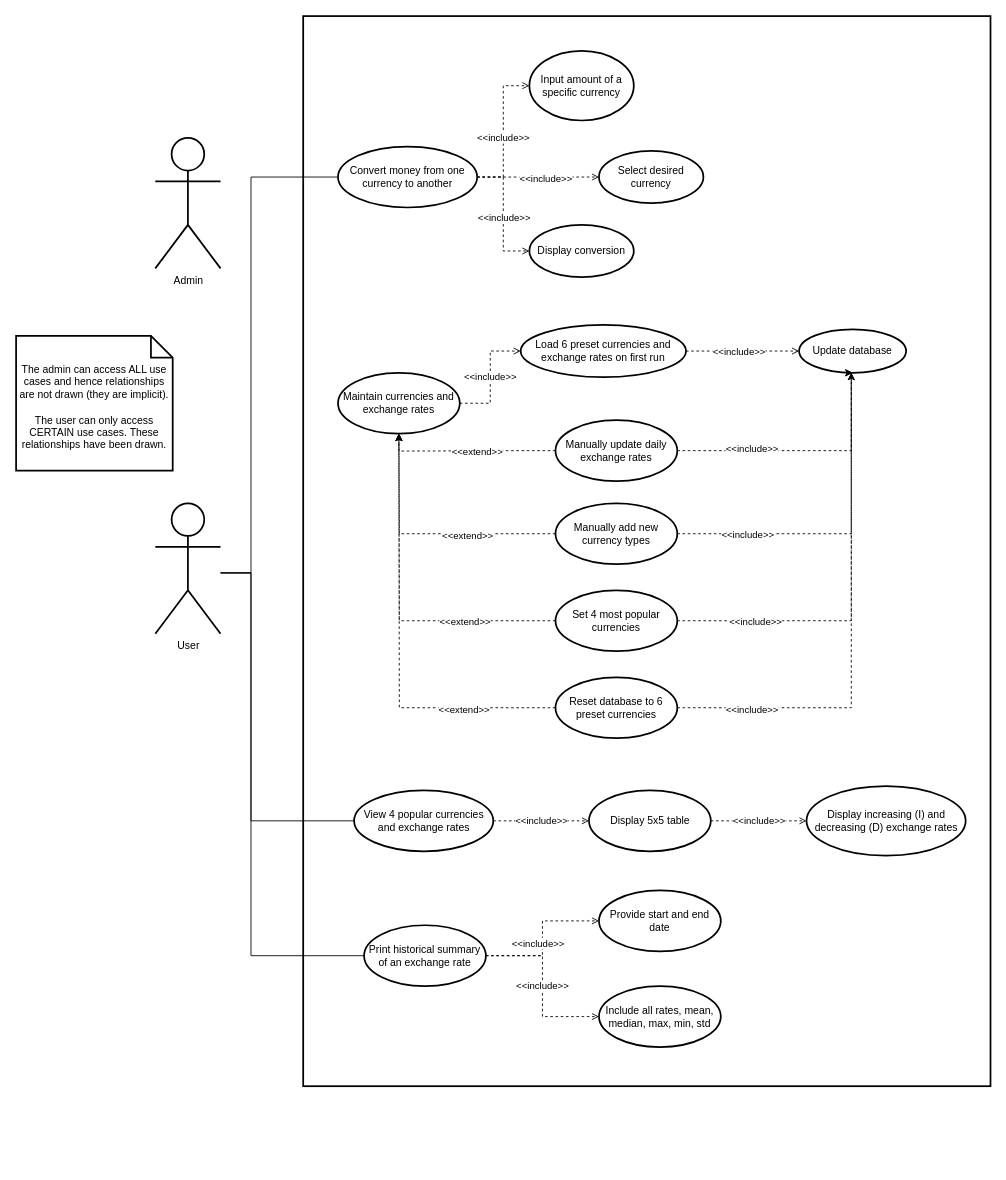
This is notes/Use Case Diagram.drawio from antrikshdhand/currency-converter, a draw.io file, before an edit. Source tidied: cells renumbered, new cells numbered last; positions are measured from the earlier drawing's top-left corner, leaving out a move shared by most shapes. Both pictures are drawn from the tidied source at 87%, with x=0, y=0 at pixel (16, 16).
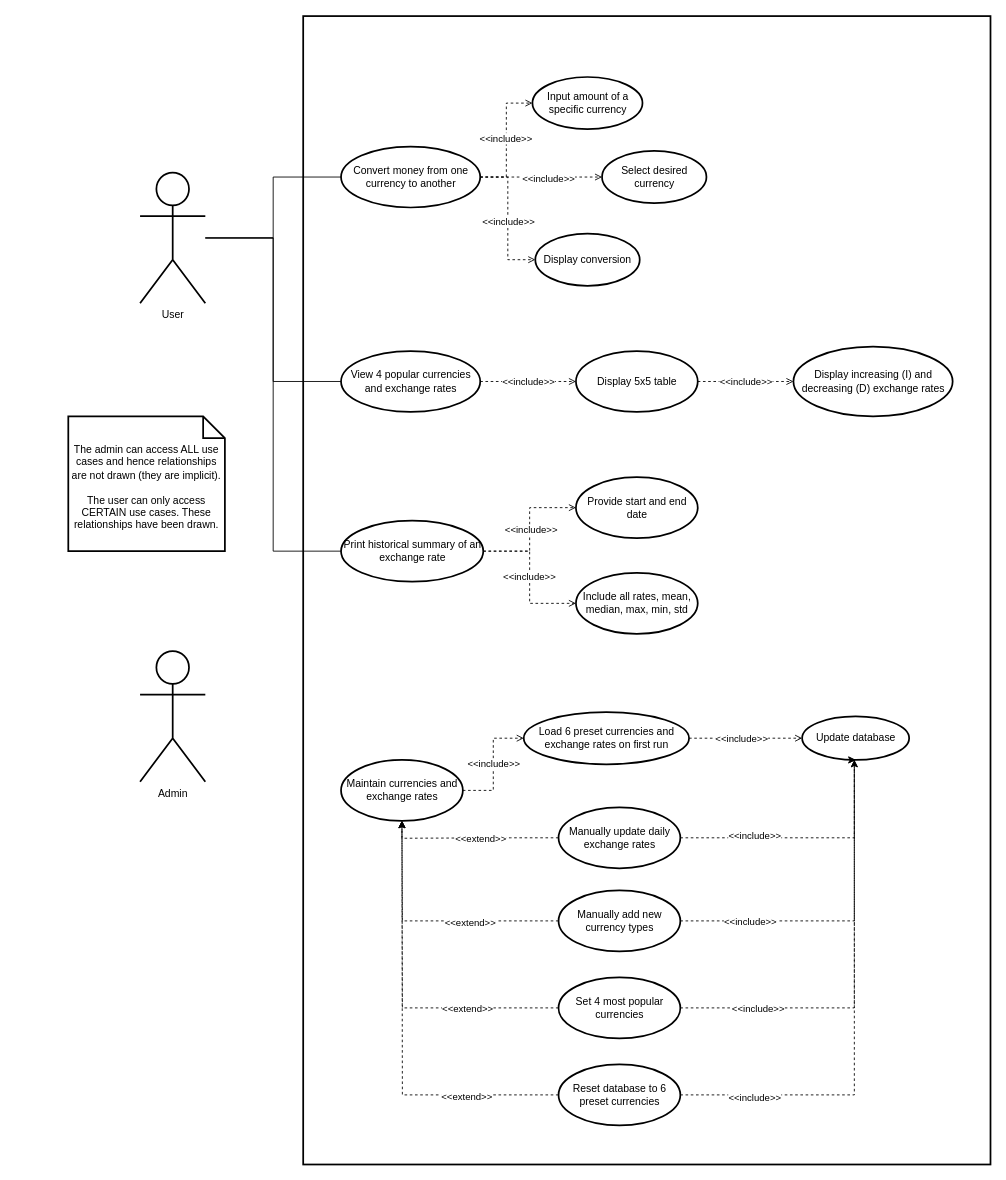
Above is the later version.

Commit message (it also covers changes not shown here):
Update use case diagram

Unchanged cells that the change refers to:
```xml
<mxCell id="8" style="edgeStyle=orthogonalEdgeStyle;rounded=0;jettySize=auto;html=1;entryX=0;entryY=0.5;entryDx=0;entryDy=0;dashed=1;endArrow=open;endFill=0;" parent="1" edge="1" source="14" target="15">
  <mxGeometry relative="1" as="geometry" />
</mxCell>
<mxCell id="39" style="edgeStyle=orthogonalEdgeStyle;rounded=0;jettySize=auto;html=1;dashed=1;endArrow=open;endFill=0;" parent="1" edge="1" source="42" target="43">
  <mxGeometry relative="1" as="geometry" />
</mxCell>
```

Change to the diagram source:
```diff
@@
     <mxCell id="2" style="rounded=0;whiteSpace=wrap;html=1;fillColor=none;strokeWidth=2;" parent="1" vertex="1">
-      <mxGeometry x="330" width="790" height="1230" as="geometry" />
+      <mxGeometry x="330" width="790" height="1320" as="geometry" />
     </mxCell>
     <mxCell id="3" value="Admin" style="shape=umlActor;verticalLabelPosition=bottom;verticalAlign=top;html=1;strokeWidth=2;fillColor=none;" parent="1" vertex="1">
-      <mxGeometry x="160" y="140" width="75" height="150" as="geometry" />
+      <mxGeometry x="142.5" y="730" width="75" height="150" as="geometry" />
     </mxCell>
     <mxCell id="4" style="edgeStyle=orthogonalEdgeStyle;rounded=0;jettySize=auto;html=1;entryX=0;entryY=0.5;entryDx=0;entryDy=0;endArrow=none;endFill=0;" parent="1" edge="1" source="7" target="14">
-      <mxGeometry relative="1" as="geometry">
-        <Array as="points">
-          <mxPoint x="270" y="640" />
-          <mxPoint x="270" y="185" />
-        </Array>
-      </mxGeometry>
+      <mxGeometry relative="1" as="geometry" />
     </mxCell>
-    <mxCell id="5" style="edgeStyle=orthogonalEdgeStyle;rounded=0;jettySize=auto;html=1;entryX=0;entryY=0.5;entryDx=0;entryDy=0;endArrow=none;endFill=0;" parent="1" edge="1" target="25">
-      <mxGeometry relative="1" as="geometry">
-        <mxPoint x="235" y="640" as="sourcePoint" />
-        <Array as="points">
-          <mxPoint x="270" y="640" />
-          <mxPoint x="270" y="925" />
-        </Array>
-      </mxGeometry>
-    </mxCell>
-    <mxCell id="6" style="edgeStyle=orthogonalEdgeStyle;rounded=0;jettySize=auto;html=1;entryX=0;entryY=0.5;entryDx=0;entryDy=0;endArrow=none;endFill=0;" parent="1" edge="1" target="42">
-      <mxGeometry relative="1" as="geometry">
-        <mxPoint x="235" y="640" as="sourcePoint" />
-        <Array as="points">
-          <mxPoint x="235" y="640" />
-          <mxPoint x="270" y="640" />
-          <mxPoint x="270" y="1080" />
-        </Array>
-      </mxGeometry>
-    </mxCell>
+    <mxCell id="56" style="edgeStyle=orthogonalEdgeStyle;rounded=0;jettySize=auto;html=1;entryX=0;entryY=0.5;entryDx=0;entryDy=0;endArrow=none;endFill=0;" parent="1" edge="1" source="7" target="25">
+      <mxGeometry relative="1" as="geometry" />
+    </mxCell>
+    <mxCell id="57" style="edgeStyle=orthogonalEdgeStyle;rounded=0;jettySize=auto;html=1;entryX=0;entryY=0.5;entryDx=0;entryDy=0;endArrow=none;endFill=0;" parent="1" edge="1" source="7" target="42">
+      <mxGeometry relative="1" as="geometry" />
+    </mxCell>
     <mxCell id="7" value="User" style="shape=umlActor;verticalLabelPosition=bottom;verticalAlign=top;html=1;strokeWidth=2;fillColor=none;" parent="1" vertex="1">
-      <mxGeometry x="160" y="560" width="75" height="150" as="geometry" />
+      <mxGeometry x="142.5" y="180" width="75" height="150" as="geometry" />
     </mxCell>
@@
     <mxCell id="9" value="&amp;lt;&amp;lt;include&amp;gt;&amp;gt;" style="edgeLabel;html=1;align=center;verticalAlign=middle;" parent="8" vertex="1">
-      <mxGeometry x="-0.08" y="1" relative="1" as="geometry" />
+      <mxGeometry x="-0.08" y="1" relative="1" as="geometry">
+        <mxPoint y="-8" as="offset" />
+      </mxGeometry>
     </mxCell>
@@
     <mxCell id="14" value="Convert money from one currency to another" style="ellipse;whiteSpace=wrap;html=1;strokeWidth=2;fillColor=none;" parent="1" vertex="1">
-      <mxGeometry x="370" y="150" width="160" height="70" as="geometry" />
+      <mxGeometry x="373.5" y="150" width="160" height="70" as="geometry" />
     </mxCell>
     <mxCell id="15" value="Input amount of a specific currency" style="ellipse;whiteSpace=wrap;html=1;strokeWidth=2;fillColor=none;" parent="1" vertex="1">
-      <mxGeometry x="590" y="40" width="120" height="80" as="geometry" />
+      <mxGeometry x="593.5" y="70" width="126.5" height="60" as="geometry" />
     </mxCell>
     <mxCell id="16" value="Select desired currency" style="ellipse;whiteSpace=wrap;html=1;strokeWidth=2;fillColor=none;" parent="1" vertex="1">
-      <mxGeometry x="670" y="155" width="120" height="60" as="geometry" />
+      <mxGeometry x="673.5" y="155" width="120" height="60" as="geometry" />
     </mxCell>
     <mxCell id="17" value="Display conversion" style="ellipse;whiteSpace=wrap;html=1;strokeWidth=2;fillColor=none;" parent="1" vertex="1">
-      <mxGeometry x="590" y="240" width="120" height="60" as="geometry" />
+      <mxGeometry x="596.8" y="250" width="120" height="60" as="geometry" />
     </mxCell>
-    <mxCell id="18" value="&amp;lt;&amp;lt;include&amp;gt;&amp;gt;" style="edgeStyle=orthogonalEdgeStyle;rounded=0;jettySize=auto;html=1;dashed=1;endArrow=open;endFill=0;" parent="1" edge="1" source="19" target="22">
-      <mxGeometry relative="1" as="geometry" />
-    </mxCell>
-    <mxCell id="19" value="Maintain currencies and exchange rates" style="ellipse;whiteSpace=wrap;html=1;strokeWidth=2;fillColor=none;" parent="1" vertex="1">
-      <mxGeometry x="370" y="410" width="140" height="70" as="geometry" />
-    </mxCell>
-    <mxCell id="20" style="edgeStyle=orthogonalEdgeStyle;rounded=0;jettySize=auto;html=1;dashed=1;endArrow=open;endFill=0;" parent="1" edge="1" source="22" target="23">
-      <mxGeometry relative="1" as="geometry" />
-    </mxCell>
-    <mxCell id="21" value="&amp;lt;&amp;lt;include&amp;gt;&amp;gt;" style="edgeLabel;html=1;align=center;verticalAlign=middle;" parent="20" vertex="1">
-      <mxGeometry x="0.29" y="2" relative="1" as="geometry">
-        <mxPoint x="-24" y="2" as="offset" />
-      </mxGeometry>
-    </mxCell>
-    <mxCell id="22" value="Load 6 preset currencies and exchange rates on first run" style="ellipse;whiteSpace=wrap;html=1;strokeWidth=2;fillColor=none;" parent="1" vertex="1">
-      <mxGeometry x="580" y="355" width="190" height="60" as="geometry" />
-    </mxCell>
-    <mxCell id="23" value="Update database" style="ellipse;whiteSpace=wrap;html=1;strokeWidth=2;fillColor=none;" parent="1" vertex="1">
-      <mxGeometry x="900" y="360" width="123" height="50" as="geometry" />
-    </mxCell>
@@
     <mxCell id="25" value="View 4 popular currencies and exchange rates" style="ellipse;whiteSpace=wrap;html=1;strokeWidth=2;fillColor=none;" parent="1" vertex="1">
-      <mxGeometry x="388.5" y="890" width="160" height="70" as="geometry" />
+      <mxGeometry x="373.5" y="385" width="160" height="70" as="geometry" />
     </mxCell>
     <mxCell id="26" value="Display increasing (I) and decreasing (D) exchange rates" style="ellipse;whiteSpace=wrap;html=1;strokeWidth=2;fillColor=none;" parent="1" vertex="1">
-      <mxGeometry x="908.5" y="885" width="183" height="80" as="geometry" />
+      <mxGeometry x="893.5" y="380" width="183" height="80" as="geometry" />
     </mxCell>
-    <mxCell id="27" style="edgeStyle=orthogonalEdgeStyle;rounded=0;jettySize=auto;html=1;entryX=0.5;entryY=1;entryDx=0;entryDy=0;dashed=1;endArrow=open;endFill=0;" parent="1" edge="1" source="31" target="19">
-      <mxGeometry relative="1" as="geometry" />
-    </mxCell>
-    <mxCell id="28" value="&amp;lt;&amp;lt;extend&amp;gt;&amp;gt;" style="edgeLabel;html=1;align=center;verticalAlign=middle;" parent="27" vertex="1">
-      <mxGeometry x="0.24" relative="1" as="geometry">
-        <mxPoint x="33" as="offset" />
-      </mxGeometry>
-    </mxCell>
-    <mxCell id="29" style="edgeStyle=orthogonalEdgeStyle;rounded=0;jettySize=auto;html=1;dashed=1;endArrow=open;endFill=0;" parent="1" edge="1" source="31" target="23">
-      <mxGeometry relative="1" as="geometry">
-        <Array as="points">
-          <mxPoint x="960" y="500" />
-        </Array>
-      </mxGeometry>
-    </mxCell>
-    <mxCell id="30" value="&amp;lt;&amp;lt;include&amp;gt;&amp;gt;" style="edgeLabel;html=1;align=center;verticalAlign=middle;" parent="29" vertex="1">
-      <mxGeometry x="-0.41" y="3" relative="1" as="geometry" />
-    </mxCell>
-    <mxCell id="31" value="Manually update daily exchange rates" style="ellipse;whiteSpace=wrap;html=1;strokeWidth=2;fillColor=none;" parent="1" vertex="1">
-      <mxGeometry x="620" y="464.5" width="140" height="70" as="geometry" />
-    </mxCell>
@@
     <mxCell id="33" value="Display 5x5 table" style="ellipse;whiteSpace=wrap;html=1;strokeWidth=2;fillColor=none;" parent="1" vertex="1">
-      <mxGeometry x="658.5" y="890" width="140" height="70" as="geometry" />
+      <mxGeometry x="643.5" y="385" width="140" height="70" as="geometry" />
     </mxCell>
-    <mxCell id="34" style="edgeStyle=orthogonalEdgeStyle;rounded=0;jettySize=auto;html=1;dashed=1;endArrow=open;endFill=0;" parent="1" edge="1" source="38">
-      <mxGeometry relative="1" as="geometry">
-        <mxPoint x="440" y="480" as="targetPoint" />
-      </mxGeometry>
-    </mxCell>
-    <mxCell id="35" value="&amp;lt;&amp;lt;extend&amp;gt;&amp;gt;" style="edgeLabel;html=1;align=center;verticalAlign=middle;" parent="34" vertex="1">
-      <mxGeometry x="-0.31" y="1" relative="1" as="geometry" />
-    </mxCell>
-    <mxCell id="36" style="edgeStyle=orthogonalEdgeStyle;rounded=0;jettySize=auto;html=1;entryX=0.5;entryY=1;entryDx=0;entryDy=0;dashed=1;endArrow=open;endFill=0;" parent="1" edge="1" source="38" target="23">
-      <mxGeometry relative="1" as="geometry">
-        <Array as="points">
-          <mxPoint x="960" y="595" />
-          <mxPoint x="960" y="410" />
-        </Array>
-      </mxGeometry>
-    </mxCell>
-    <mxCell id="37" value="&amp;lt;&amp;lt;include&amp;gt;&amp;gt;" style="edgeLabel;html=1;align=center;verticalAlign=middle;" parent="36" vertex="1">
-      <mxGeometry x="-0.63" y="2" relative="1" as="geometry">
-        <mxPoint x="8" y="2" as="offset" />
-      </mxGeometry>
-    </mxCell>
-    <mxCell id="38" value="Manually add new currency types" style="ellipse;whiteSpace=wrap;html=1;strokeWidth=2;fillColor=none;" parent="1" vertex="1">
-      <mxGeometry x="620" y="560" width="140" height="70" as="geometry" />
-    </mxCell>
@@
     <mxCell id="40" value="&amp;lt;&amp;lt;include&amp;gt;&amp;gt;" style="edgeLabel;html=1;align=center;verticalAlign=middle;" parent="39" vertex="1">
       <mxGeometry x="0.44" y="3" relative="1" as="geometry">
-        <mxPoint x="-23" y="28" as="offset" />
+        <mxPoint x="-9" y="28" as="offset" />
       </mxGeometry>
     </mxCell>
@@
     <mxCell id="42" value="Print historical summary of an exchange rate" style="ellipse;whiteSpace=wrap;html=1;strokeWidth=2;fillColor=none;" parent="1" vertex="1">
-      <mxGeometry x="400" y="1045" width="140" height="70" as="geometry" />
+      <mxGeometry x="373.5" y="580" width="163.5" height="70" as="geometry" />
     </mxCell>
     <mxCell id="43" value="Provide start and end date" style="ellipse;whiteSpace=wrap;html=1;strokeWidth=2;fillColor=none;" parent="1" vertex="1">
-      <mxGeometry x="670" y="1005" width="140" height="70" as="geometry" />
+      <mxGeometry x="643.5" y="530" width="140" height="70" as="geometry" />
     </mxCell>
     <mxCell id="44" value="Include all rates, mean, median, max, min, std" style="ellipse;whiteSpace=wrap;html=1;strokeWidth=2;fillColor=none;" parent="1" vertex="1">
-      <mxGeometry x="670" y="1115" width="140" height="70" as="geometry" />
+      <mxGeometry x="643.5" y="640" width="140" height="70" as="geometry" />
     </mxCell>
     <mxCell id="45" value="The admin can access ALL use cases and hence relationships are not drawn (they are implicit).&lt;br&gt;&lt;br&gt;The user can only access CERTAIN use cases. These relationships have been drawn." style="shape=note2;boundedLbl=1;whiteSpace=wrap;html=1;size=25;verticalAlign=top;align=center;strokeWidth=2;fillColor=none;" parent="1" vertex="1">
-      <mxGeometry y="367.5" width="180" height="155" as="geometry" />
+      <mxGeometry x="60" y="460" width="180" height="155" as="geometry" />
     </mxCell>
-    <mxCell id="46" style="edgeStyle=orthogonalEdgeStyle;rounded=0;jettySize=auto;html=1;dashed=1;" parent="1" edge="1" source="50">
-      <mxGeometry relative="1" as="geometry">
-        <mxPoint x="440" y="480" as="targetPoint" />
-      </mxGeometry>
-    </mxCell>
-    <mxCell id="47" value="&amp;lt;&amp;lt;extend&amp;gt;&amp;gt;" style="edgeLabel;html=1;align=center;verticalAlign=middle;" parent="46" vertex="1">
-      <mxGeometry x="-0.47" y="-4" relative="1" as="geometry">
-        <mxPoint y="4" as="offset" />
-      </mxGeometry>
-    </mxCell>
+    <mxCell id="18" value="&amp;lt;&amp;lt;include&amp;gt;&amp;gt;" style="edgeStyle=orthogonalEdgeStyle;rounded=0;jettySize=auto;html=1;dashed=1;endArrow=open;endFill=0;" parent="1" edge="1" source="19" target="22">
+      <mxGeometry relative="1" as="geometry" />
+    </mxCell>
+    <mxCell id="19" value="Maintain currencies and exchange rates" style="ellipse;whiteSpace=wrap;html=1;strokeWidth=2;fillColor=none;" parent="1" vertex="1">
+      <mxGeometry x="373.5" y="855" width="140" height="70" as="geometry" />
+    </mxCell>
+    <mxCell id="20" style="edgeStyle=orthogonalEdgeStyle;rounded=0;jettySize=auto;html=1;dashed=1;endArrow=open;endFill=0;" parent="1" edge="1" source="22" target="23">
+      <mxGeometry relative="1" as="geometry" />
+    </mxCell>
+    <mxCell id="58" value="&amp;lt;&amp;lt;include&amp;gt;&amp;gt;" style="edgeLabel;html=1;align=center;verticalAlign=middle;" parent="20" vertex="1">
+      <mxGeometry x="0.29" y="2" relative="1" as="geometry">
+        <mxPoint x="-24" y="2" as="offset" />
+      </mxGeometry>
+    </mxCell>
+    <mxCell id="22" value="Load 6 preset currencies and exchange rates on first run" style="ellipse;whiteSpace=wrap;html=1;strokeWidth=2;fillColor=none;" parent="1" vertex="1">
+      <mxGeometry x="583.5" y="800" width="190" height="60" as="geometry" />
+    </mxCell>
+    <mxCell id="23" value="Update database" style="ellipse;whiteSpace=wrap;html=1;strokeWidth=2;fillColor=none;" parent="1" vertex="1">
+      <mxGeometry x="903.5" y="805" width="123" height="50" as="geometry" />
+    </mxCell>
+    <mxCell id="27" style="edgeStyle=orthogonalEdgeStyle;rounded=0;jettySize=auto;html=1;entryX=0.5;entryY=1;entryDx=0;entryDy=0;dashed=1;endArrow=open;endFill=0;" parent="1" edge="1" source="31" target="19">
+      <mxGeometry relative="1" as="geometry" />
+    </mxCell>
+    <mxCell id="59" value="&amp;lt;&amp;lt;extend&amp;gt;&amp;gt;" style="edgeLabel;html=1;align=center;verticalAlign=middle;" parent="27" vertex="1">
+      <mxGeometry x="0.24" relative="1" as="geometry">
+        <mxPoint x="33" as="offset" />
+      </mxGeometry>
+    </mxCell>
+    <mxCell id="29" style="edgeStyle=orthogonalEdgeStyle;rounded=0;jettySize=auto;html=1;dashed=1;endArrow=open;endFill=0;" parent="1" edge="1" source="31" target="23">
+      <mxGeometry relative="1" as="geometry">
+        <Array as="points">
+          <mxPoint x="963.5" y="945" />
+        </Array>
+      </mxGeometry>
+    </mxCell>
+    <mxCell id="60" value="&amp;lt;&amp;lt;include&amp;gt;&amp;gt;" style="edgeLabel;html=1;align=center;verticalAlign=middle;" parent="29" vertex="1">
+      <mxGeometry x="-0.41" y="3" relative="1" as="geometry" />
+    </mxCell>
+    <mxCell id="31" value="Manually update daily exchange rates" style="ellipse;whiteSpace=wrap;html=1;strokeWidth=2;fillColor=none;" parent="1" vertex="1">
+      <mxGeometry x="623.5" y="909.5" width="140" height="70" as="geometry" />
+    </mxCell>
+    <mxCell id="61" style="edgeStyle=orthogonalEdgeStyle;rounded=0;jettySize=auto;html=1;dashed=1;endArrow=open;endFill=0;" parent="1" edge="1" source="38">
+      <mxGeometry relative="1" as="geometry">
+        <mxPoint x="443.5" y="925" as="targetPoint" />
+      </mxGeometry>
+    </mxCell>
+    <mxCell id="62" value="&amp;lt;&amp;lt;extend&amp;gt;&amp;gt;" style="edgeLabel;html=1;align=center;verticalAlign=middle;" parent="61" vertex="1">
+      <mxGeometry x="-0.31" y="1" relative="1" as="geometry" />
+    </mxCell>
+    <mxCell id="36" style="edgeStyle=orthogonalEdgeStyle;rounded=0;jettySize=auto;html=1;entryX=0.5;entryY=1;entryDx=0;entryDy=0;dashed=1;endArrow=open;endFill=0;" parent="1" edge="1" source="38" target="23">
+      <mxGeometry relative="1" as="geometry">
+        <Array as="points">
+          <mxPoint x="963.5" y="1040" />
+          <mxPoint x="963.5" y="855" />
+        </Array>
+      </mxGeometry>
+    </mxCell>
+    <mxCell id="63" value="&amp;lt;&amp;lt;include&amp;gt;&amp;gt;" style="edgeLabel;html=1;align=center;verticalAlign=middle;" parent="36" vertex="1">
+      <mxGeometry x="-0.63" y="2" relative="1" as="geometry">
+        <mxPoint x="8" y="2" as="offset" />
+      </mxGeometry>
+    </mxCell>
+    <mxCell id="38" value="Manually add new currency types" style="ellipse;whiteSpace=wrap;html=1;strokeWidth=2;fillColor=none;" parent="1" vertex="1">
+      <mxGeometry x="623.5" y="1005" width="140" height="70" as="geometry" />
+    </mxCell>
+    <mxCell id="64" style="edgeStyle=orthogonalEdgeStyle;rounded=0;jettySize=auto;html=1;dashed=1;" parent="1" edge="1" source="50">
+      <mxGeometry relative="1" as="geometry">
+        <mxPoint x="443.5" y="925" as="targetPoint" />
+      </mxGeometry>
+    </mxCell>
+    <mxCell id="65" value="&amp;lt;&amp;lt;extend&amp;gt;&amp;gt;" style="edgeLabel;html=1;align=center;verticalAlign=middle;" parent="64" vertex="1">
+      <mxGeometry x="-0.47" y="-4" relative="1" as="geometry">
+        <mxPoint y="4" as="offset" />
+      </mxGeometry>
+    </mxCell>
     <mxCell id="48" style="edgeStyle=orthogonalEdgeStyle;rounded=0;jettySize=auto;html=1;entryX=0.5;entryY=1;entryDx=0;entryDy=0;dashed=1;" parent="1" edge="1" source="50" target="23">
       <mxGeometry relative="1" as="geometry">
         <Array as="points">
-          <mxPoint x="960" y="695" />
-          <mxPoint x="960" y="410" />
+          <mxPoint x="963.5" y="1140" />
+          <mxPoint x="963.5" y="855" />
         </Array>
       </mxGeometry>
     </mxCell>
-    <mxCell id="49" value="&amp;lt;&amp;lt;include&amp;gt;&amp;gt;" style="edgeLabel;html=1;align=center;verticalAlign=middle;" parent="48" vertex="1">
-      <mxGeometry x="-0.69" y="3" relative="1" as="geometry">
-        <mxPoint x="14" y="3" as="offset" />
-      </mxGeometry>
-    </mxCell>
+    <mxCell id="66" value="&amp;lt;&amp;lt;include&amp;gt;&amp;gt;" style="edgeLabel;html=1;align=center;verticalAlign=middle;" parent="48" vertex="1">
+      <mxGeometry x="-0.69" y="3" relative="1" as="geometry">
+        <mxPoint x="14" y="3" as="offset" />
+      </mxGeometry>
+    </mxCell>
     <mxCell id="50" value="Set 4 most popular currencies" style="ellipse;whiteSpace=wrap;html=1;rounded=1;strokeWidth=2;" parent="1" vertex="1">
-      <mxGeometry x="620" y="660" width="140" height="70" as="geometry" />
+      <mxGeometry x="623.5" y="1105" width="140" height="70" as="geometry" />
     </mxCell>
-    <mxCell id="51" style="edgeStyle=orthogonalEdgeStyle;rounded=0;jettySize=auto;html=1;dashed=1;" parent="1" edge="1" source="55">
-      <mxGeometry relative="1" as="geometry">
-        <mxPoint x="440" y="480" as="targetPoint" />
-      </mxGeometry>
-    </mxCell>
-    <mxCell id="52" value="&amp;lt;&amp;lt;extend&amp;gt;&amp;gt;" style="edgeLabel;html=1;align=center;verticalAlign=middle;" parent="51" vertex="1">
-      <mxGeometry x="-0.57" y="1" relative="1" as="geometry" />
-    </mxCell>
-    <mxCell id="53" style="edgeStyle=orthogonalEdgeStyle;rounded=0;jettySize=auto;html=1;dashed=1;" parent="1" edge="1" source="55">
-      <mxGeometry relative="1" as="geometry">
-        <mxPoint x="960" y="410" as="targetPoint" />
-        <Array as="points">
-          <mxPoint x="960" y="795" />
-        </Array>
-      </mxGeometry>
-    </mxCell>
-    <mxCell id="54" value="&amp;lt;&amp;lt;include&amp;gt;&amp;gt;" style="edgeLabel;html=1;align=center;verticalAlign=middle;" parent="53" vertex="1">
-      <mxGeometry x="-0.71" y="-2" relative="1" as="geometry" />
-    </mxCell>
+    <mxCell id="67" style="edgeStyle=orthogonalEdgeStyle;rounded=0;jettySize=auto;html=1;dashed=1;" parent="1" edge="1" source="55">
+      <mxGeometry relative="1" as="geometry">
+        <mxPoint x="443.5" y="925" as="targetPoint" />
+      </mxGeometry>
+    </mxCell>
+    <mxCell id="68" value="&amp;lt;&amp;lt;extend&amp;gt;&amp;gt;" style="edgeLabel;html=1;align=center;verticalAlign=middle;" parent="67" vertex="1">
+      <mxGeometry x="-0.57" y="1" relative="1" as="geometry" />
+    </mxCell>
+    <mxCell id="69" style="edgeStyle=orthogonalEdgeStyle;rounded=0;jettySize=auto;html=1;dashed=1;" parent="1" edge="1" source="55">
+      <mxGeometry relative="1" as="geometry">
+        <mxPoint x="963.5" y="855" as="targetPoint" />
+        <Array as="points">
+          <mxPoint x="963.5" y="1240" />
+        </Array>
+      </mxGeometry>
+    </mxCell>
+    <mxCell id="70" value="&amp;lt;&amp;lt;include&amp;gt;&amp;gt;" style="edgeLabel;html=1;align=center;verticalAlign=middle;" parent="69" vertex="1">
+      <mxGeometry x="-0.71" y="-2" relative="1" as="geometry" />
+    </mxCell>
     <mxCell id="55" value="Reset database to 6 preset currencies" style="ellipse;whiteSpace=wrap;html=1;rounded=1;strokeWidth=2;" parent="1" vertex="1">
-      <mxGeometry x="620" y="760" width="140" height="70" as="geometry" />
+      <mxGeometry x="623.5" y="1205" width="140" height="70" as="geometry" />
     </mxCell>
```
